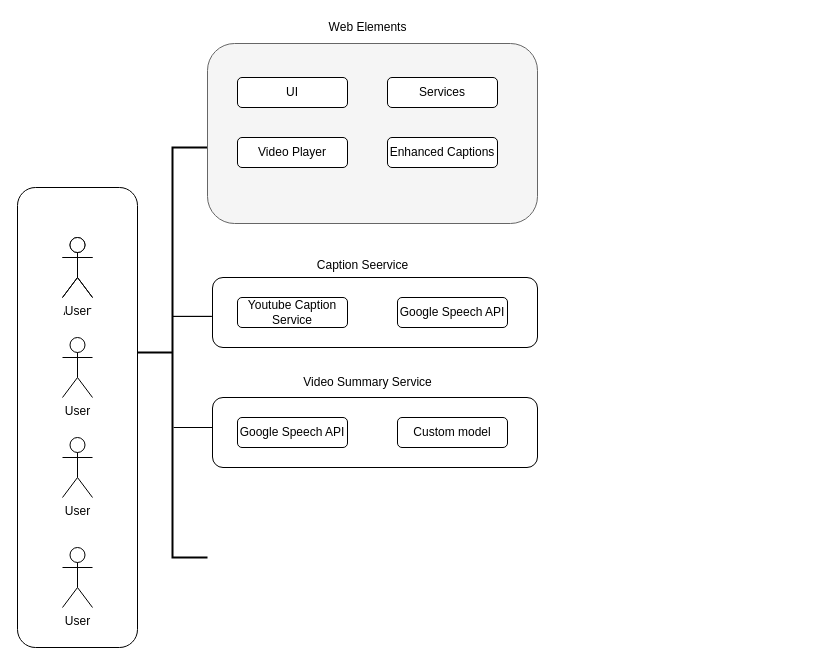
Earlier version of the draw.io diagram Untitled Diagram.drawio (chiragkhachane/Caption_project). Source tidied: cells renumbered, new cells numbered last; positions are measured from the earlier drawing's top-left corner, leaving out a move shared by most shapes. Both pictures are drawn from the tidied source at 100%, with x=0, y=0 at pixel (17, 17).
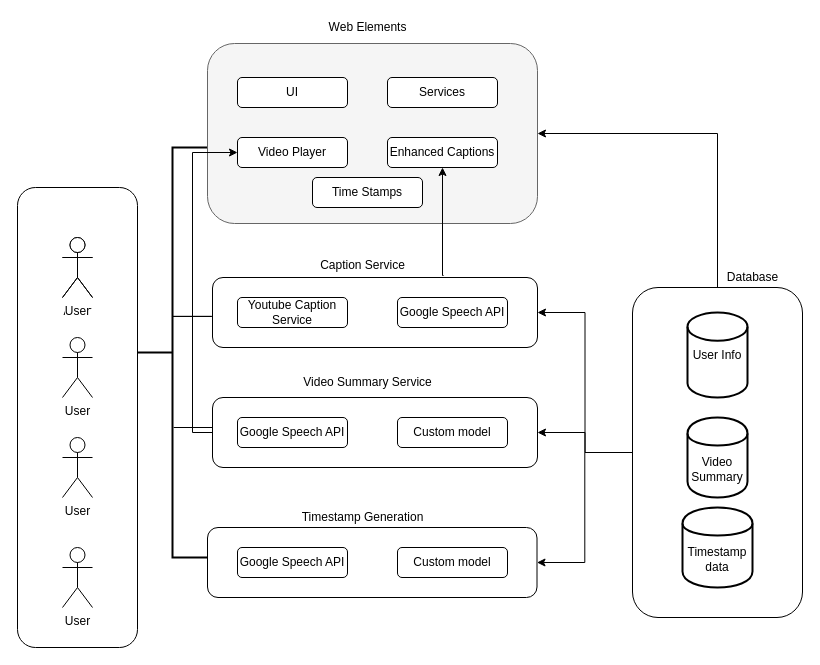
After the change.

Unchanged cells that the change refers to:
```xml
<mxCell id="9" style="rounded=1;whiteSpace=wrap;html=1;fillColor=#f5f5f5;strokeColor=#666666;fontColor=#333333;" parent="1" vertex="1">
  <mxGeometry x="190" y="26" width="330" height="180" as="geometry" />
</mxCell>
<mxCell id="12" value="Video Player" style="rounded=1;whiteSpace=wrap;html=1;" parent="1" vertex="1">
  <mxGeometry x="220" y="120" width="110" height="30" as="geometry" />
</mxCell>
<mxCell id="13" value="Enhanced Captions" style="rounded=1;whiteSpace=wrap;html=1;" parent="1" vertex="1">
  <mxGeometry x="370" y="120" width="110" height="30" as="geometry" />
</mxCell>
<mxCell id="14" style="rounded=1;whiteSpace=wrap;html=1;" parent="1" vertex="1">
  <mxGeometry x="195" y="260" width="325" height="70" as="geometry" />
</mxCell>
<mxCell id="19" style="rounded=1;whiteSpace=wrap;html=1;" parent="1" vertex="1">
  <mxGeometry x="195" y="380" width="325" height="70" as="geometry" />
</mxCell>
```

Diff of the diagram source:
```diff
@@
+    <mxCell id="26" style="edgeStyle=orthogonalEdgeStyle;rounded=0;jettySize=auto;html=1;entryX=1;entryY=0.5;entryDx=0;entryDy=0;" parent="1" edge="1" source="29" target="14">
+      <mxGeometry relative="1" as="geometry" />
+    </mxCell>
+    <mxCell id="27" style="edgeStyle=orthogonalEdgeStyle;rounded=0;jettySize=auto;html=1;entryX=1;entryY=0.5;entryDx=0;entryDy=0;" parent="1" edge="1" source="29" target="19">
+      <mxGeometry relative="1" as="geometry" />
+    </mxCell>
+    <mxCell id="28" style="edgeStyle=orthogonalEdgeStyle;rounded=0;jettySize=auto;html=1;entryX=1;entryY=0.5;entryDx=0;entryDy=0;" parent="1" edge="1" source="29" target="32">
+      <mxGeometry relative="1" as="geometry" />
+    </mxCell>
+    <mxCell id="29" style="rounded=1;whiteSpace=wrap;html=1;" parent="1" vertex="1">
+      <mxGeometry x="615" y="270" width="170" height="330" as="geometry" />
+    </mxCell>
@@
+    <mxCell id="30" style="edgeStyle=orthogonalEdgeStyle;rounded=0;jettySize=auto;html=1;entryX=0.5;entryY=1;entryDx=0;entryDy=0;exitX=0.711;exitY=-0.029;exitDx=0;exitDy=0;exitPerimeter=0;" parent="1" edge="1" source="14" target="13">
+      <mxGeometry relative="1" as="geometry">
+        <Array as="points">
+          <mxPoint x="425" y="258" />
+        </Array>
+      </mxGeometry>
+    </mxCell>
-    <mxCell id="15" value="Caption Seervice" style="text;html=1;align=center;verticalAlign=middle;" parent="1" vertex="1">
-      <mxGeometry x="290" y="238" width="110" height="20" as="geometry" />
+    <mxCell id="15" value="Caption Service" style="text;html=1;align=center;verticalAlign=middle;" parent="1" vertex="1">
+      <mxGeometry x="295" y="238" width="100" height="20" as="geometry" />
     </mxCell>
@@
+    <mxCell id="31" style="edgeStyle=orthogonalEdgeStyle;rounded=0;jettySize=auto;html=1;entryX=0;entryY=0.5;entryDx=0;entryDy=0;" parent="1" edge="1" source="19" target="12">
+      <mxGeometry relative="1" as="geometry">
+        <Array as="points">
+          <mxPoint x="175" y="415" />
+          <mxPoint x="175" y="135" />
+        </Array>
+      </mxGeometry>
+    </mxCell>
@@
+    <mxCell id="32" style="rounded=1;whiteSpace=wrap;html=1;" parent="1" vertex="1">
+      <mxGeometry x="190" y="510" width="329.5" height="70" as="geometry" />
+    </mxCell>
+    <mxCell id="33" value="Google Speech API" style="rounded=1;whiteSpace=wrap;html=1;" parent="1" vertex="1">
+      <mxGeometry x="220" y="530" width="110" height="30" as="geometry" />
+    </mxCell>
+    <mxCell id="34" value="Timestamp Generation" style="text;html=1;align=center;verticalAlign=middle;" parent="1" vertex="1">
+      <mxGeometry x="275" y="490" width="140" height="20" as="geometry" />
+    </mxCell>
+    <mxCell id="35" value="Custom model " style="rounded=1;whiteSpace=wrap;html=1;" parent="1" vertex="1">
+      <mxGeometry x="380" y="530" width="110" height="30" as="geometry" />
+    </mxCell>
+    <mxCell id="36" value="User Info" style="strokeWidth=2;html=1;shape=mxgraph.flowchart.database;whiteSpace=wrap;" parent="1" vertex="1">
+      <mxGeometry x="670" y="295" width="60" height="85" as="geometry" />
+    </mxCell>
+    <mxCell id="37" style="edgeStyle=orthogonalEdgeStyle;rounded=0;jettySize=auto;html=1;entryX=1;entryY=0.5;entryDx=0;entryDy=0;exitX=0.5;exitY=0;exitDx=0;exitDy=0;" parent="1" edge="1" source="29" target="9">
+      <mxGeometry relative="1" as="geometry">
+        <Array as="points">
+          <mxPoint x="700" y="116" />
+        </Array>
+      </mxGeometry>
+    </mxCell>
+    <mxCell id="38" value="Database" style="text;html=1;align=center;verticalAlign=middle;" parent="1" vertex="1">
+      <mxGeometry x="700" y="250" width="70" height="20" as="geometry" />
+    </mxCell>
+    <mxCell id="39" value="Video Summary" style="shape=cylinder;whiteSpace=wrap;html=1;boundedLbl=1;backgroundOutline=1;fontStyle=0;strokeWidth=2;" parent="1" vertex="1">
+      <mxGeometry x="670" y="400" width="60" height="80" as="geometry" />
+    </mxCell>
+    <mxCell id="40" value="Timestamp data" style="shape=cylinder;whiteSpace=wrap;html=1;boundedLbl=1;backgroundOutline=1;fontStyle=0;strokeWidth=2;" parent="1" vertex="1">
+      <mxGeometry x="665" y="490" width="70" height="80" as="geometry" />
+    </mxCell>
+    <mxCell id="41" value="Time Stamps" style="rounded=1;whiteSpace=wrap;html=1;" parent="1" vertex="1">
+      <mxGeometry x="295" y="160" width="110" height="30" as="geometry" />
+    </mxCell>
```
